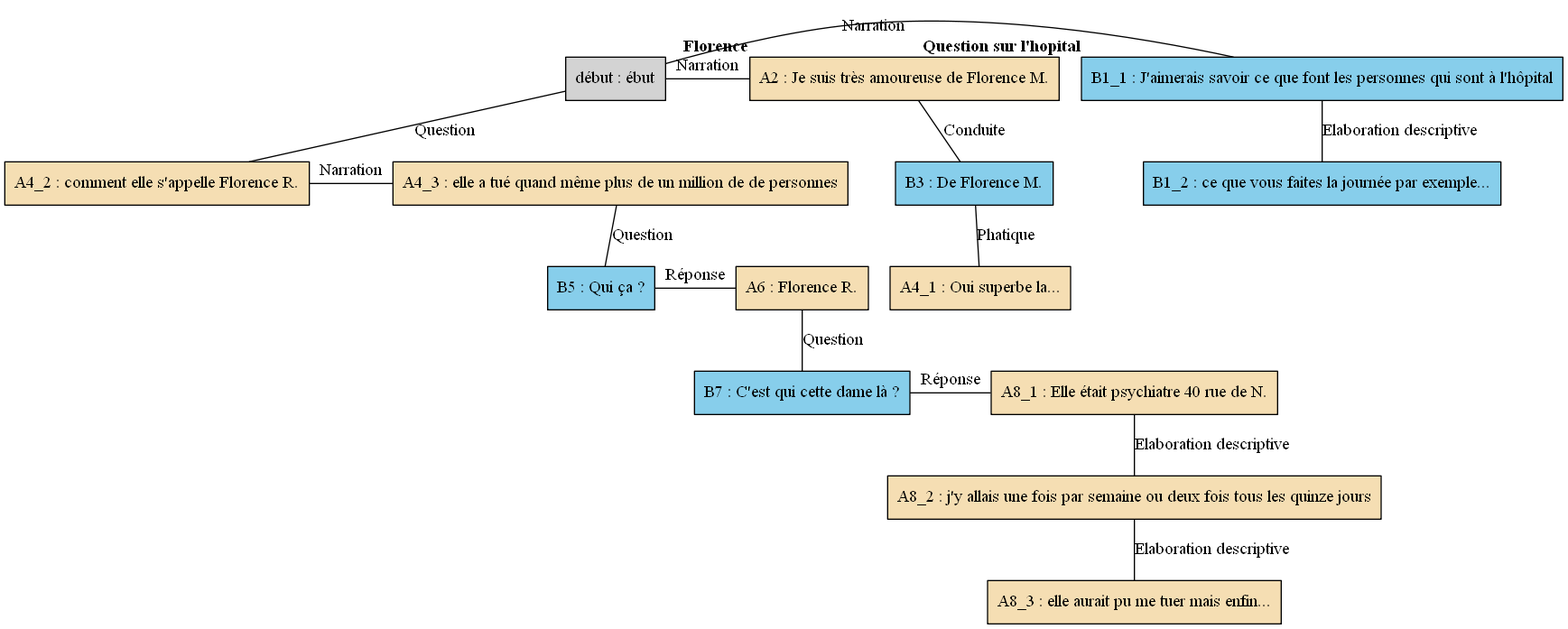
This is arbres/Florence/Florence_-_E03.gv.png from AlaixComet/AnnotationSlamPTut, a Graphviz export, as it was before one commit. Its source is kept beside it as arbres/Florence/Florence_-_E03.gv.
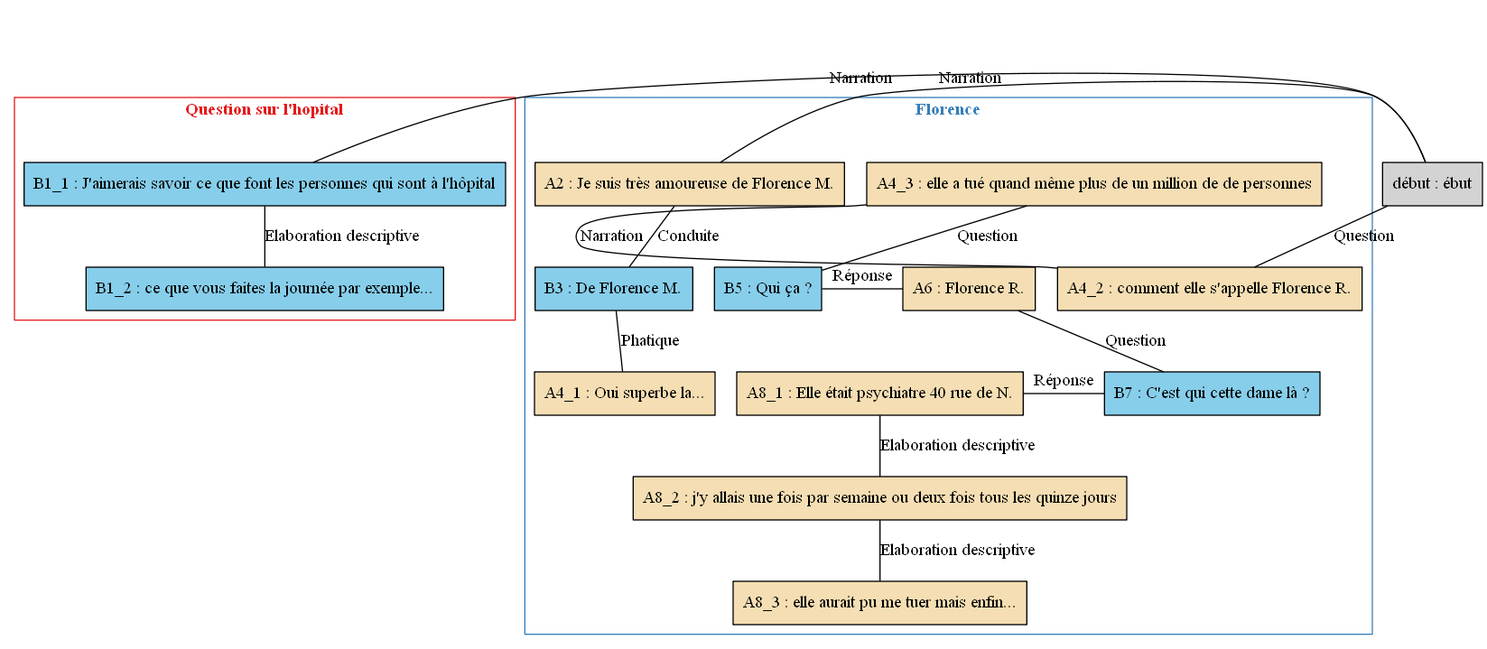
After the commit.

What changed in the source:
```diff
@@ -1,55 +1,63 @@
 digraph E03 {
 	node [shape=box style=filled]
-	"début" [label="début : ébut" xlabel=""]
-	B1_1 [label="B1_1 : J'aimerais savoir ce que font les personnes qui sont à l'hôpital" fillcolor=skyblue xlabel=<<B>Question sur l'hopital</B>>]
-	B1_2 [label="B1_2 : ce que vous faites la journée par exemple..." fillcolor=skyblue xlabel=""]
-	A2 [label="A2 : Je suis très amoureuse de Florence M." fillcolor=wheat xlabel=<<B>Florence</B>>]
-	B3 [label="B3 : De Florence M." fillcolor=skyblue xlabel=""]
-	A4_1 [label="A4_1 : Oui superbe la..." fillcolor=wheat xlabel=""]
-	A4_2 [label="A4_2 : comment elle s'appelle Florence R." fillcolor=wheat xlabel=""]
-	A4_3 [label="A4_3 : elle a tué quand même plus de un million de de personnes" fillcolor=wheat xlabel=""]
-	B5 [label="B5 : Qui ça ?" fillcolor=skyblue xlabel=""]
-	A6 [label="A6 : Florence R." fillcolor=wheat xlabel=""]
-	B7 [label="B7 : C'est qui cette dame là ?" fillcolor=skyblue xlabel=""]
-	A8_1 [label="A8_1 : Elle était psychiatre 40 rue de N." fillcolor=wheat xlabel=""]
-	A8_2 [label="A8_2 : j'y allais une fois par semaine ou deux fois tous les quinze jours" fillcolor=wheat xlabel=""]
-	A8_3 [label="A8_3 : elle aurait pu me tuer mais enfin..." fillcolor=wheat xlabel=""]
-	{
-		rank=same
-		"début"
+	newrank=true
+	zero [style=invis]
+	"début" [label="début : ébut"]
+	B1_1 [label="B1_1 : J'aimerais savoir ce que font les personnes qui sont à l'hôpital" fillcolor=skyblue]
+	B1_2 [label="B1_2 : ce que vous faites la journée par exemple..." fillcolor=skyblue]
+	A2 [label="A2 : Je suis très amoureuse de Florence M." fillcolor=wheat]
+	B3 [label="B3 : De Florence M." fillcolor=skyblue]
+	A4_1 [label="A4_1 : Oui superbe la..." fillcolor=wheat]
+	A4_2 [label="A4_2 : comment elle s'appelle Florence R." fillcolor=wheat]
+	A4_3 [label="A4_3 : elle a tué quand même plus de un million de de personnes" fillcolor=wheat]
+	B5 [label="B5 : Qui ça ?" fillcolor=skyblue]
+	A6 [label="A6 : Florence R." fillcolor=wheat]
+	B7 [label="B7 : C'est qui cette dame là ?" fillcolor=skyblue]
+	A8_1 [label="A8_1 : Elle était psychiatre 40 rue de N." fillcolor=wheat]
+	A8_2 [label="A8_2 : j'y allais une fois par semaine ou deux fois tous les quinze jours" fillcolor=wheat]
+	A8_3 [label="A8_3 : elle aurait pu me tuer mais enfin..." fillcolor=wheat]
+	zero -> "début" [label="" style=invis]
+	zero -> B1_1 [style=invis weight=1]
+	"début" -> B1_1 [label=Narration constraint=false dir=none]
+	B1_1 -> B1_2 [label="Elaboration descriptive" dir=none weight=2]
+	zero -> A2 [style=invis weight=1]
+	"début" -> A2 [label=Narration constraint=false dir=none]
+	A2 -> B3 [label=Conduite dir=none weight=2]
+	B3 -> A4_1 [label=Phatique dir=none weight=2]
+	"début" -> A4_2 [label=Question dir=none weight=2]
+	zero -> A4_3 [style=invis weight=1]
+	A4_2 -> A4_3 [label=Narration constraint=false dir=none]
+	A4_3 -> B5 [label=Question dir=none weight=2]
+	A4_3 -> A6 [style=invis weight=1]
+	B5 -> A6 [label="Réponse" constraint=false dir=none]
+	A6 -> B7 [label=Question dir=none weight=2]
+	A6 -> A8_1 [style=invis weight=1]
+	B7 -> A8_1 [label="Réponse" constraint=false dir=none]
+	A8_1 -> A8_2 [label="Elaboration descriptive" dir=none weight=2]
+	A8_2 -> A8_3 [label="Elaboration descriptive" dir=none weight=2]
+	subgraph cluster_1 {
+		label=<<B>Question sur l'hopital</B>>
+		colorscheme=set19
+		color=1
+		fontcolor=1
 		B1_1
-		"début" -> B1_1 [label=Narration dir=none]
+		B1_2
 	}
-	B1_1 -> B1_2 [label="Elaboration descriptive" dir=none]
-	{
-		rank=same
-		"début"
+	subgraph cluster_2 {
+		label=<<B>Florence</B>>
+		colorscheme=set19
+		color=2
+		fontcolor=2
 		A2
-		"début" -> A2 [label=Narration dir=none]
-	}
-	A2 -> B3 [label=Conduite dir=none]
-	B3 -> A4_1 [label=Phatique dir=none]
-	"début" -> A4_2 [label=Question dir=none]
-	{
-		rank=same
+		B3
+		A4_1
 		A4_2
 		A4_3
-		A4_2 -> A4_3 [label=Narration dir=none]
-	}
-	A4_3 -> B5 [label=Question dir=none]
-	{
-		rank=same
 		B5
 		A6
-		B5 -> A6 [label="Réponse" dir=none]
-	}
-	A6 -> B7 [label=Question dir=none]
-	{
-		rank=same
 		B7
 		A8_1
-		B7 -> A8_1 [label="Réponse" dir=none]
+		A8_2
+		A8_3
 	}
-	A8_1 -> A8_2 [label="Elaboration descriptive" dir=none]
-	A8_2 -> A8_3 [label="Elaboration descriptive" dir=none]
 }
```
